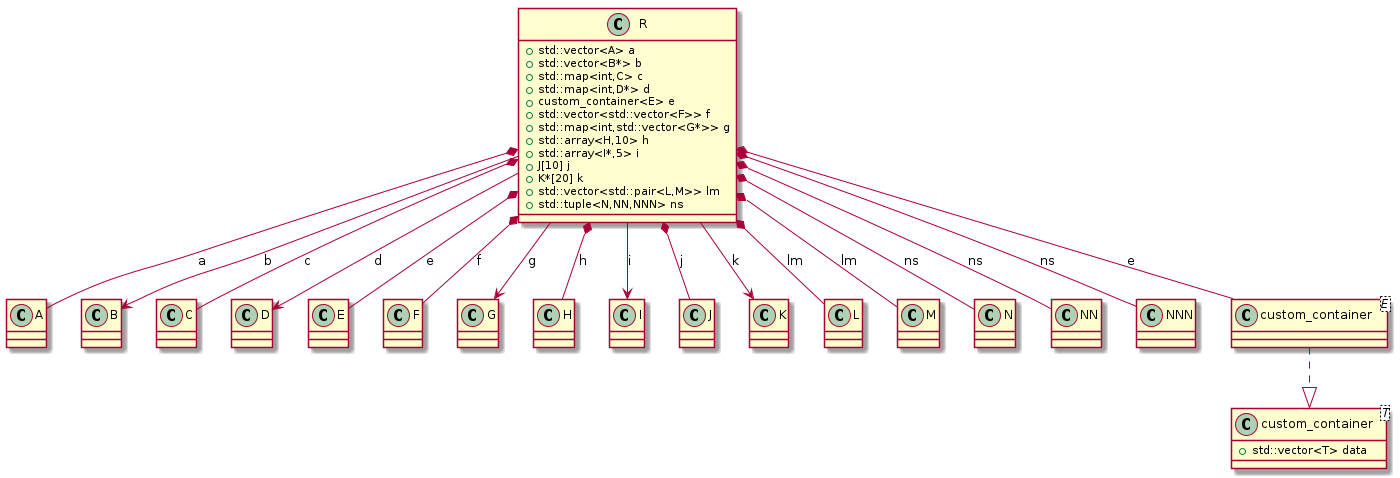
Earlier version of the PlantUML export docs/test_cases/t00006_class.png (bkryza/clang-uml).
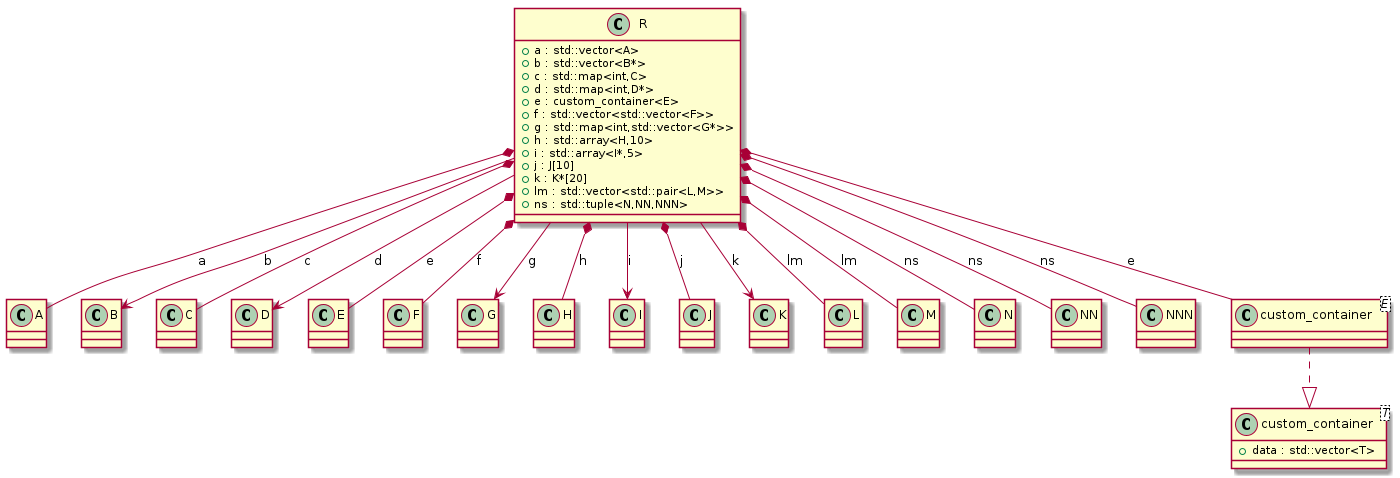
Later version of the same file.

The edit, as a diff of the source:
```diff
@@ -86,7 +86,7 @@
 }
 
 class C_0000000075 {
-+std::vector<T> data
++data : std::vector<T>
 }
 
 class C_0000000078 {
@@ -94,19 +94,19 @@
 C_0000000078 ..|> C_0000000075
 
 class C_0000000077 {
-+std::vector<A> a
-+std::vector<B*> b
-+std::map<int,C> c
-+std::map<int,D*> d
-+custom_container<E> e
-+std::vector<std::vector<F>> f
-+std::map<int,std::vector<G*>> g
-+std::array<H,10> h
-+std::array<I*,5> i
-+J[10] j
-+K*[20] k
-+std::vector<std::pair<L,M>> lm
-+std::tuple<N,NN,NNN> ns
++a : std::vector<A>
++b : std::vector<B*>
++c : std::map<int,C>
++d : std::map<int,D*>
++e : custom_container<E>
++f : std::vector<std::vector<F>>
++g : std::map<int,std::vector<G*>>
++h : std::array<H,10>
++i : std::array<I*,5>
++j : J[10]
++k : K*[20]
++lm : std::vector<std::pair<L,M>>
++ns : std::tuple<N,NN,NNN>
 }
 C_0000000077 *-- C_0000000043 : a
 C_0000000077 --> C_0000000045 : b
```
